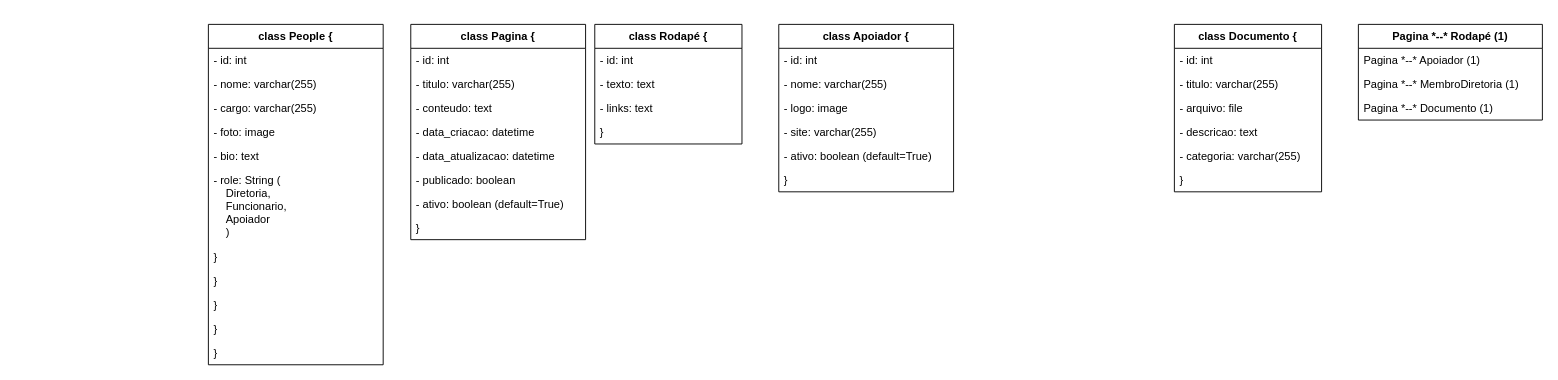
The draw.io diagram class_map.drawio in jonasaacampos/site_caa, before the edit. Source tidied: cells renumbered, new cells numbered last; positions are measured from the earlier drawing's top-left corner, leaving out a move shared by most shapes. Both pictures are drawn from the tidied source at 92%, with x=0, y=0 at pixel (208, 24).
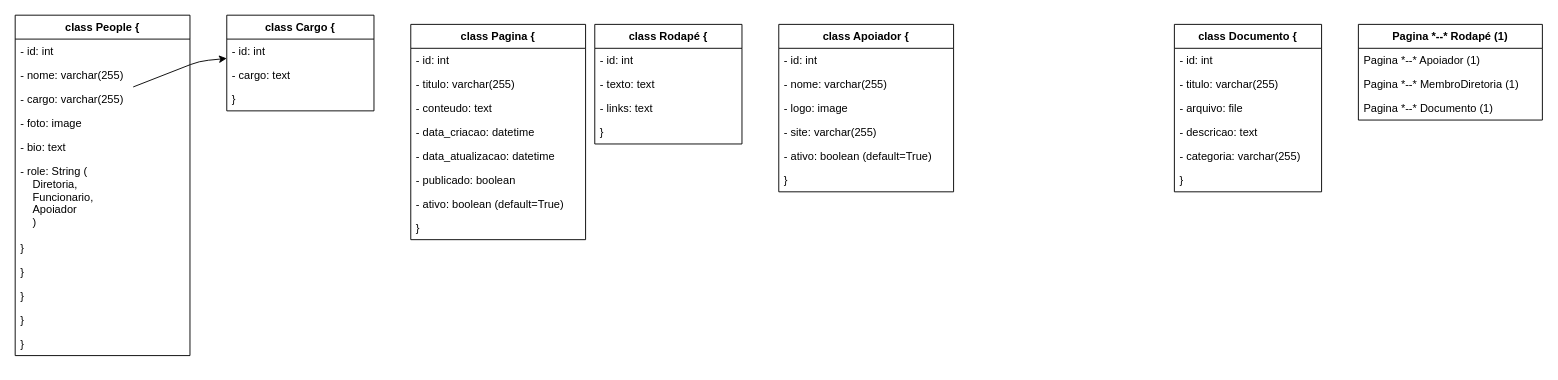
Above is the later version.

The change refers to these unchanged cells:
```xml
<mxCell id="26" value="  - cargo: varchar(255)" style="text;strokeColor=none;fillColor=none;align=left;verticalAlign=top;spacingLeft=4;spacingRight=4;overflow=hidden;points=[[0,0.5],[1,0.5]];portConstraint=eastwest;" parent="23" vertex="1">
  <mxGeometry y="78" width="190" height="26" as="geometry" />
</mxCell>
```

Change to the diagram source:
```diff
@@
     <mxCell id="23" value="class People {" style="swimlane;fontStyle=1;horizontal=1;startSize=26;" parent="1" vertex="1">
-      <mxGeometry width="190" height="370" as="geometry" />
+      <mxGeometry x="-210" y="-10" width="190" height="370" as="geometry" />
     </mxCell>
@@
+    <mxCell id="46" value="class Cargo {" style="swimlane;fontStyle=1;horizontal=1;startSize=26;" parent="1" vertex="1">
+      <mxGeometry x="20" y="-10" width="160" height="104" as="geometry" />
+    </mxCell>
+    <mxCell id="47" value="  - id: int" style="text;strokeColor=none;fillColor=none;align=left;verticalAlign=top;spacingLeft=4;spacingRight=4;overflow=hidden;points=[[0,0.5],[1,0.5]];portConstraint=eastwest;" parent="46" vertex="1">
+      <mxGeometry y="26" width="160" height="26" as="geometry" />
+    </mxCell>
+    <mxCell id="48" value="  - cargo: text" style="text;strokeColor=none;fillColor=none;align=left;verticalAlign=top;spacingLeft=4;spacingRight=4;overflow=hidden;" parent="46" vertex="1">
+      <mxGeometry y="52" width="160" height="26" as="geometry" />
+    </mxCell>
+    <mxCell id="49" value="}" style="text;strokeColor=none;fillColor=none;align=left;verticalAlign=top;spacingLeft=4;spacingRight=4;overflow=hidden;" parent="46" vertex="1">
+      <mxGeometry y="78" width="160" height="26" as="geometry" />
+    </mxCell>
+    <mxCell id="50" style="edgeStyle=none;html=1;" parent="1" edge="1" source="26" target="47">
+      <mxGeometry relative="1" as="geometry">
+        <Array as="points">
+          <mxPoint x="-10" y="40" />
+        </Array>
+      </mxGeometry>
+    </mxCell>
```
